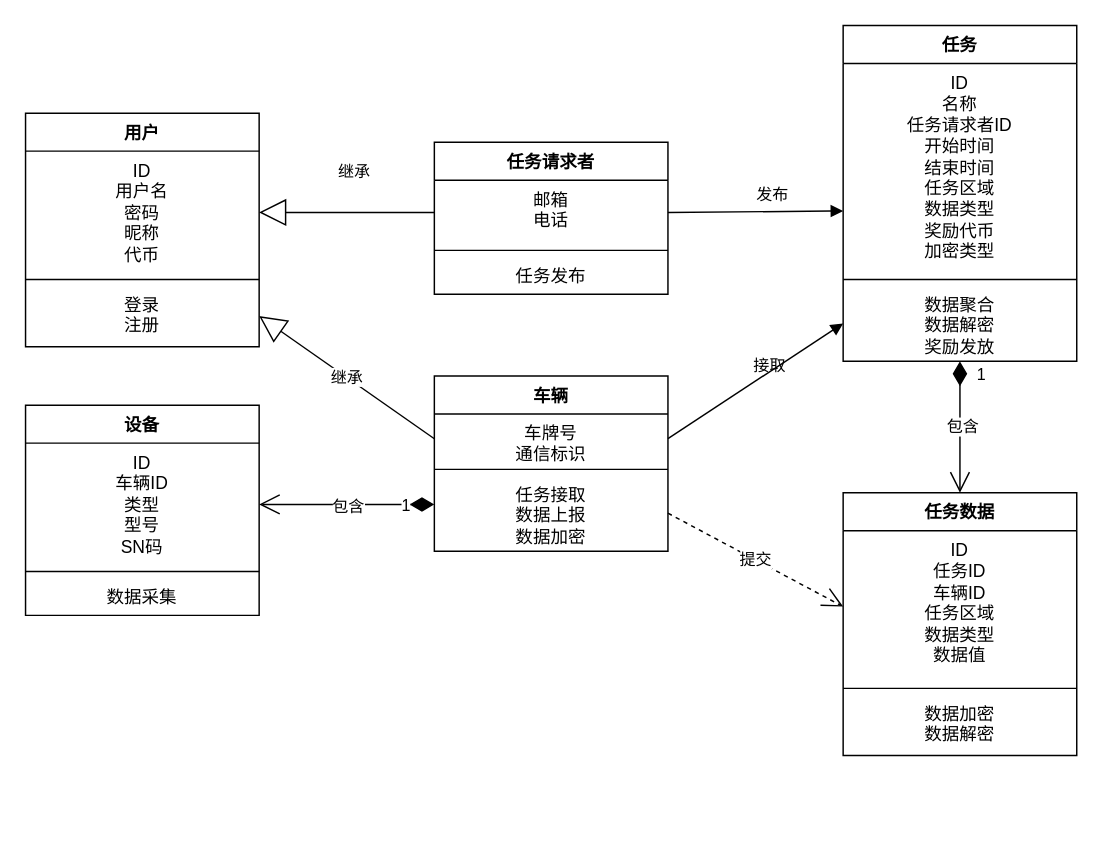
Above: doc/uml/系统类图.drawio in Ikaros727/pumpkin (draw.io), before the change. Source tidied: cells renumbered, new cells numbered last; positions are measured from the earlier drawing's top-left corner, leaving out a move shared by most shapes. Both pictures are drawn from the tidied source at 146%, with x=0, y=0 at pixel (25, 25).
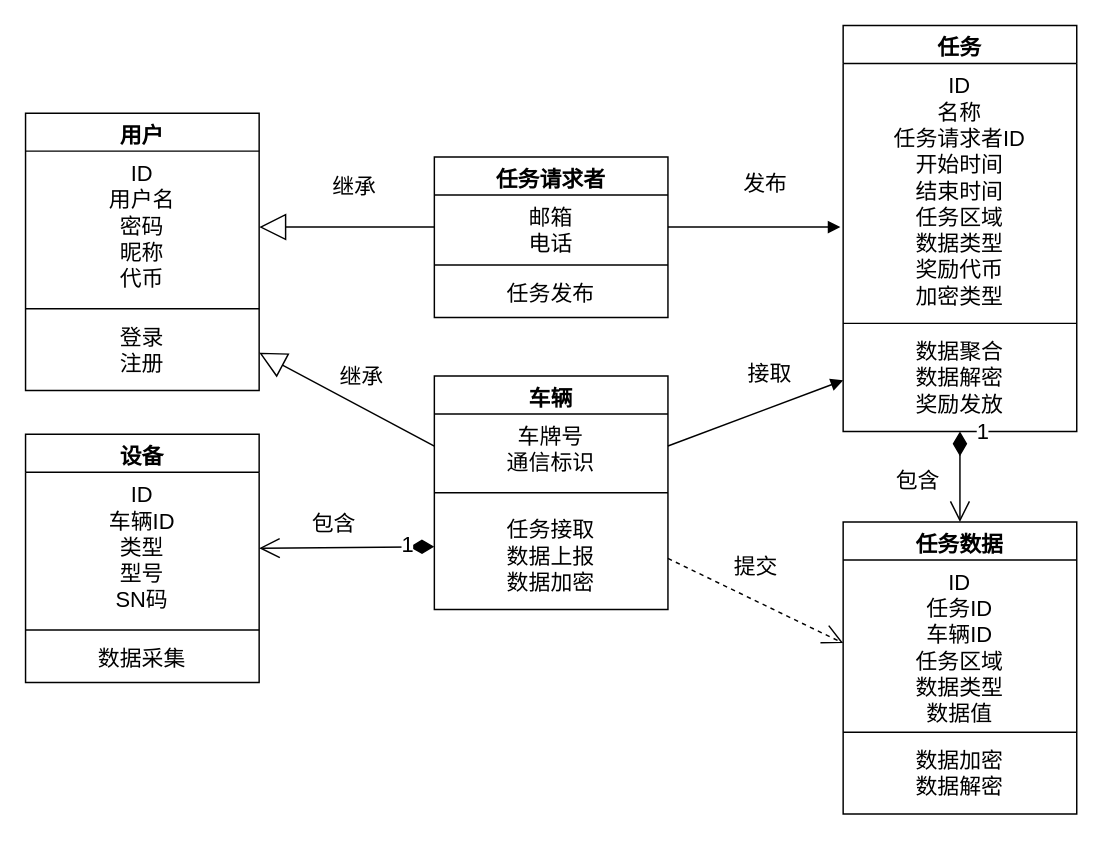
The same page after the edit.

Commit message:
更新系统类图.drawio

The edit, as a diff of the source:
```diff
@@
-    <mxCell id="2" value="任务请求者" style="swimlane;fontStyle=1;align=center;verticalAlign=top;horizontal=1;startSize=26;whiteSpace=wrap;html=1;fontFamily=宋体;" parent="1" vertex="1">
-      <mxGeometry x="280" y="80" width="160" height="104" as="geometry" />
+    <mxCell id="2" value="任务请求者" style="swimlane;fontStyle=1;align=center;verticalAlign=top;horizontal=1;startSize=26;whiteSpace=wrap;html=1;fontFamily=宋体;fontSize=15;" parent="1" vertex="1">
+      <mxGeometry x="280" y="90" width="160" height="110" as="geometry" />
     </mxCell>
-    <mxCell id="3" value="邮箱&lt;div&gt;电话&lt;/div&gt;" style="text;strokeColor=none;fillColor=none;align=center;verticalAlign=top;spacingLeft=4;spacingRight=4;overflow=hidden;points=[[0,0.5],[1,0.5]];portConstraint=eastwest;whiteSpace=wrap;html=1;fontFamily=宋体;" parent="2" vertex="1">
+    <mxCell id="3" value="邮箱&lt;div&gt;电话&lt;/div&gt;" style="text;strokeColor=none;fillColor=none;align=center;verticalAlign=top;spacingLeft=4;spacingRight=4;overflow=hidden;points=[[0,0.5],[1,0.5]];portConstraint=eastwest;whiteSpace=wrap;html=1;fontFamily=宋体;fontSize=15;" parent="2" vertex="1">
       <mxGeometry y="26" width="160" height="44" as="geometry" />
     </mxCell>
-    <mxCell id="4" style="line;strokeWidth=1;fillColor=none;align=center;verticalAlign=middle;spacingTop=-1;spacingLeft=3;spacingRight=3;labelPosition=right;strokeColor=inherit;fontFamily=宋体;" parent="2" vertex="1">
+    <mxCell id="4" style="line;strokeWidth=1;fillColor=none;align=center;verticalAlign=middle;spacingTop=-1;spacingLeft=3;spacingRight=3;labelPosition=right;strokeColor=inherit;fontFamily=宋体;fontSize=15;" parent="2" vertex="1">
       <mxGeometry y="70" width="160" height="8" as="geometry" />
     </mxCell>
-    <mxCell id="5" value="任务发布" style="text;strokeColor=none;fillColor=none;align=center;verticalAlign=top;spacingLeft=4;spacingRight=4;overflow=hidden;whiteSpace=wrap;html=1;fontFamily=宋体;" parent="2" vertex="1">
-      <mxGeometry y="78" width="160" height="26" as="geometry" />
+    <mxCell id="5" value="任务发布" style="text;strokeColor=none;fillColor=none;align=center;verticalAlign=top;spacingLeft=4;spacingRight=4;overflow=hidden;whiteSpace=wrap;html=1;fontFamily=宋体;fontSize=15;" parent="2" vertex="1">
+      <mxGeometry y="78" width="160" height="32" as="geometry" />
     </mxCell>
-    <mxCell id="6" value="车辆" style="swimlane;fontStyle=1;align=center;verticalAlign=top;horizontal=1;startSize=26;whiteSpace=wrap;html=1;fontFamily=宋体;" parent="1" vertex="1">
-      <mxGeometry x="280" y="240" width="160" height="120" as="geometry" />
+    <mxCell id="6" value="车辆" style="swimlane;fontStyle=1;align=center;verticalAlign=top;horizontal=1;startSize=26;whiteSpace=wrap;html=1;fontFamily=宋体;fontSize=15;" parent="1" vertex="1">
+      <mxGeometry x="280" y="240" width="160" height="160" as="geometry" />
     </mxCell>
-    <mxCell id="7" value="车牌号&lt;br&gt;通信标识" style="text;strokeColor=none;fillColor=none;align=center;verticalAlign=top;spacingLeft=4;spacingRight=4;overflow=hidden;points=[[0,0.5],[1,0.5]];portConstraint=eastwest;whiteSpace=wrap;html=1;fontFamily=宋体;" parent="6" vertex="1">
-      <mxGeometry y="26" width="160" height="34" as="geometry" />
+    <mxCell id="7" value="车牌号&lt;br&gt;通信标识" style="text;strokeColor=none;fillColor=none;align=center;verticalAlign=top;spacingLeft=4;spacingRight=4;overflow=hidden;points=[[0,0.5],[1,0.5]];portConstraint=eastwest;whiteSpace=wrap;html=1;fontFamily=宋体;fontSize=15;" parent="6" vertex="1">
+      <mxGeometry y="26" width="160" height="44" as="geometry" />
     </mxCell>
-    <mxCell id="8" style="line;strokeWidth=1;fillColor=none;align=center;verticalAlign=middle;spacingTop=-1;spacingLeft=3;spacingRight=3;labelPosition=right;strokeColor=inherit;fontFamily=宋体;" parent="6" vertex="1">
-      <mxGeometry y="60" width="160" height="8" as="geometry" />
+    <mxCell id="8" style="line;strokeWidth=1;fillColor=none;align=center;verticalAlign=middle;spacingTop=-1;spacingLeft=3;spacingRight=3;labelPosition=right;strokeColor=inherit;fontFamily=宋体;fontSize=15;" parent="6" vertex="1">
+      <mxGeometry y="70" width="160" height="20" as="geometry" />
     </mxCell>
-    <mxCell id="9" value="&lt;div&gt;任务接取&lt;/div&gt;数据上报&lt;div&gt;数据加密&lt;/div&gt;" style="text;strokeColor=none;fillColor=none;align=center;verticalAlign=top;spacingLeft=4;spacingRight=4;overflow=hidden;points=[[0,0.5],[1,0.5]];portConstraint=eastwest;whiteSpace=wrap;html=1;fontFamily=宋体;" parent="6" vertex="1">
-      <mxGeometry y="68" width="160" height="52" as="geometry" />
+    <mxCell id="9" value="&lt;div&gt;任务接取&lt;/div&gt;数据上报&lt;div&gt;数据加密&lt;/div&gt;" style="text;strokeColor=none;fillColor=none;align=center;verticalAlign=top;spacingLeft=4;spacingRight=4;overflow=hidden;points=[[0,0.5],[1,0.5]];portConstraint=eastwest;whiteSpace=wrap;html=1;fontFamily=宋体;fontSize=15;" parent="6" vertex="1">
+      <mxGeometry y="90" width="160" height="70" as="geometry" />
     </mxCell>
-    <mxCell id="10" value="用户" style="swimlane;fontStyle=1;align=center;verticalAlign=top;horizontal=1;startSize=26;whiteSpace=wrap;html=1;fontFamily=宋体;" parent="1" vertex="1">
-      <mxGeometry y="60" width="160" height="160" as="geometry" />
+    <mxCell id="10" value="用户" style="swimlane;fontStyle=1;align=center;verticalAlign=top;horizontal=1;startSize=26;whiteSpace=wrap;html=1;fontFamily=宋体;fontSize=15;" parent="1" vertex="1">
+      <mxGeometry y="60" width="160" height="190" as="geometry" />
     </mxCell>
-    <mxCell id="11" value="ID&lt;div&gt;用户名&lt;br&gt;密码&lt;/div&gt;&lt;div&gt;昵称&lt;/div&gt;&lt;div&gt;代币&lt;/div&gt;" style="text;strokeColor=none;fillColor=none;align=center;verticalAlign=top;spacingLeft=4;spacingRight=4;overflow=hidden;points=[[0,0.5],[1,0.5]];portConstraint=eastwest;whiteSpace=wrap;html=1;fontFamily=宋体;" parent="10" vertex="1">
-      <mxGeometry y="26" width="160" height="84" as="geometry" />
+    <mxCell id="11" value="ID&lt;div&gt;用户名&lt;br&gt;密码&lt;/div&gt;&lt;div&gt;昵称&lt;/div&gt;&lt;div&gt;代币&lt;/div&gt;" style="text;strokeColor=none;fillColor=none;align=center;verticalAlign=top;spacingLeft=4;spacingRight=4;overflow=hidden;points=[[0,0.5],[1,0.5]];portConstraint=eastwest;whiteSpace=wrap;html=1;fontFamily=宋体;fontSize=15;" parent="10" vertex="1">
+      <mxGeometry y="26" width="160" height="104" as="geometry" />
     </mxCell>
-    <mxCell id="12" style="line;strokeWidth=1;fillColor=none;align=center;verticalAlign=middle;spacingTop=-1;spacingLeft=3;spacingRight=3;labelPosition=right;strokeColor=inherit;fontFamily=宋体;" parent="10" vertex="1">
-      <mxGeometry y="110" width="160" height="8" as="geometry" />
+    <mxCell id="12" style="line;strokeWidth=1;fillColor=none;align=center;verticalAlign=middle;spacingTop=-1;spacingLeft=3;spacingRight=3;labelPosition=right;strokeColor=inherit;fontFamily=宋体;fontSize=15;" parent="10" vertex="1">
+      <mxGeometry y="130" width="160" height="8" as="geometry" />
     </mxCell>
-    <mxCell id="13" value="登录&lt;div&gt;注册&lt;/div&gt;" style="text;strokeColor=none;fillColor=none;align=center;verticalAlign=top;spacingLeft=4;spacingRight=4;overflow=hidden;points=[[0,0.5],[1,0.5]];portConstraint=eastwest;whiteSpace=wrap;html=1;fontFamily=宋体;" parent="10" vertex="1">
-      <mxGeometry y="118" width="160" height="42" as="geometry" />
+    <mxCell id="13" value="登录&lt;div&gt;注册&lt;/div&gt;" style="text;strokeColor=none;fillColor=none;align=center;verticalAlign=top;spacingLeft=4;spacingRight=4;overflow=hidden;points=[[0,0.5],[1,0.5]];portConstraint=eastwest;whiteSpace=wrap;html=1;fontFamily=宋体;fontSize=15;" parent="10" vertex="1">
+      <mxGeometry y="138" width="160" height="52" as="geometry" />
     </mxCell>
-    <mxCell id="14" value="设备" style="swimlane;fontStyle=1;align=center;verticalAlign=top;horizontal=1;startSize=26;whiteSpace=wrap;html=1;fontFamily=宋体;" parent="1" vertex="1">
-      <mxGeometry y="260" width="160" height="144" as="geometry" />
+    <mxCell id="14" value="设备" style="swimlane;fontStyle=1;align=center;verticalAlign=top;horizontal=1;startSize=26;whiteSpace=wrap;html=1;fontFamily=宋体;fontSize=15;" parent="1" vertex="1">
+      <mxGeometry y="280" width="160" height="170" as="geometry" />
     </mxCell>
-    <mxCell id="15" value="ID&lt;br&gt;车辆ID&lt;br&gt;&lt;div&gt;类型&lt;br&gt;型号&lt;br&gt;SN码&lt;/div&gt;" style="text;strokeColor=none;fillColor=none;align=center;verticalAlign=top;spacingLeft=4;spacingRight=4;overflow=hidden;points=[[0,0.5],[1,0.5]];portConstraint=eastwest;whiteSpace=wrap;html=1;fontFamily=宋体;" parent="14" vertex="1">
-      <mxGeometry y="26" width="160" height="84" as="geometry" />
+    <mxCell id="15" value="ID&lt;br&gt;车辆ID&lt;br&gt;&lt;div&gt;类型&lt;br&gt;型号&lt;br&gt;SN码&lt;/div&gt;" style="text;strokeColor=none;fillColor=none;align=center;verticalAlign=top;spacingLeft=4;spacingRight=4;overflow=hidden;points=[[0,0.5],[1,0.5]];portConstraint=eastwest;whiteSpace=wrap;html=1;fontFamily=宋体;fontSize=15;" parent="14" vertex="1">
+      <mxGeometry y="26" width="160" height="104" as="geometry" />
     </mxCell>
-    <mxCell id="16" style="line;strokeWidth=1;fillColor=none;align=center;verticalAlign=middle;spacingTop=-1;spacingLeft=3;spacingRight=3;labelPosition=right;strokeColor=inherit;fontFamily=宋体;" parent="14" vertex="1">
-      <mxGeometry y="110" width="160" height="8" as="geometry" />
+    <mxCell id="16" style="line;strokeWidth=1;fillColor=none;align=center;verticalAlign=middle;spacingTop=-1;spacingLeft=3;spacingRight=3;labelPosition=right;strokeColor=inherit;fontFamily=宋体;fontSize=15;" parent="14" vertex="1">
+      <mxGeometry y="130" width="160" height="8" as="geometry" />
     </mxCell>
-    <mxCell id="17" value="数据采集" style="text;strokeColor=none;fillColor=none;align=center;verticalAlign=top;spacingLeft=4;spacingRight=4;overflow=hidden;whiteSpace=wrap;html=1;fontFamily=宋体;" parent="14" vertex="1">
-      <mxGeometry y="118" width="160" height="26" as="geometry" />
+    <mxCell id="17" value="数据采集" style="text;strokeColor=none;fillColor=none;align=center;verticalAlign=top;spacingLeft=4;spacingRight=4;overflow=hidden;whiteSpace=wrap;html=1;fontFamily=宋体;fontSize=15;" parent="14" vertex="1">
+      <mxGeometry y="138" width="160" height="32" as="geometry" />
     </mxCell>
-    <mxCell id="18" value="任务" style="swimlane;fontStyle=1;align=center;verticalAlign=top;horizontal=1;startSize=26;whiteSpace=wrap;html=1;fontFamily=宋体;" parent="1" vertex="1">
-      <mxGeometry x="560" width="160" height="230" as="geometry" />
+    <mxCell id="18" value="任务" style="swimlane;fontStyle=1;align=center;verticalAlign=top;horizontal=1;startSize=26;whiteSpace=wrap;html=1;fontFamily=宋体;fontSize=15;" parent="1" vertex="1">
+      <mxGeometry x="560" width="160" height="278" as="geometry" />
     </mxCell>
-    <mxCell id="19" value="ID&lt;div&gt;名称&lt;/div&gt;&lt;div&gt;任务请求者ID&lt;/div&gt;&lt;div&gt;开始时间&lt;/div&gt;&lt;div&gt;结束时间&lt;/div&gt;&lt;div&gt;任务区域&lt;/div&gt;&lt;div&gt;数据类型&lt;/div&gt;&lt;div&gt;奖励代币&lt;/div&gt;&lt;div&gt;加密类型&lt;/div&gt;" style="text;strokeColor=none;fillColor=none;align=center;verticalAlign=top;spacingLeft=4;spacingRight=4;overflow=hidden;points=[[0,0.5],[1,0.5]];portConstraint=eastwest;whiteSpace=wrap;html=1;fontFamily=宋体;" parent="18" vertex="1">
-      <mxGeometry y="26" width="160" height="144" as="geometry" />
+    <mxCell id="19" value="ID&lt;div&gt;名称&lt;/div&gt;&lt;div&gt;任务请求者ID&lt;/div&gt;&lt;div&gt;开始时间&lt;/div&gt;&lt;div&gt;结束时间&lt;/div&gt;&lt;div&gt;任务区域&lt;/div&gt;&lt;div&gt;数据类型&lt;/div&gt;&lt;div&gt;奖励代币&lt;/div&gt;&lt;div&gt;加密类型&lt;/div&gt;" style="text;strokeColor=none;fillColor=none;align=center;verticalAlign=top;spacingLeft=4;spacingRight=4;overflow=hidden;points=[[0,0.5],[1,0.5]];portConstraint=eastwest;whiteSpace=wrap;html=1;fontFamily=宋体;fontSize=15;" parent="18" vertex="1">
+      <mxGeometry y="26" width="160" height="174" as="geometry" />
     </mxCell>
-    <mxCell id="20" style="line;strokeWidth=1;fillColor=none;align=center;verticalAlign=middle;spacingTop=-1;spacingLeft=3;spacingRight=3;labelPosition=right;strokeColor=inherit;fontFamily=宋体;" parent="18" vertex="1">
-      <mxGeometry y="170" width="160" height="8" as="geometry" />
+    <mxCell id="20" style="line;strokeWidth=1;fillColor=none;align=center;verticalAlign=middle;spacingTop=-1;spacingLeft=3;spacingRight=3;labelPosition=right;strokeColor=inherit;fontFamily=宋体;fontSize=15;" parent="18" vertex="1">
+      <mxGeometry y="200" width="160" height="8" as="geometry" />
     </mxCell>
-    <mxCell id="21" value="&lt;div&gt;&lt;span style=&quot;background-color: transparent; color: light-dark(rgb(0, 0, 0), rgb(255, 255, 255));&quot;&gt;数据聚合&lt;/span&gt;&lt;/div&gt;&lt;div&gt;数据解密&lt;br&gt;奖励发放&lt;/div&gt;" style="text;strokeColor=none;fillColor=none;align=center;verticalAlign=top;spacingLeft=4;spacingRight=4;overflow=hidden;points=[[0,0.5],[1,0.5]];portConstraint=eastwest;whiteSpace=wrap;html=1;fontFamily=宋体;" parent="18" vertex="1">
-      <mxGeometry y="178" width="160" height="52" as="geometry" />
+    <mxCell id="21" value="&lt;div&gt;&lt;span style=&quot;background-color: transparent; color: light-dark(rgb(0, 0, 0), rgb(255, 255, 255));&quot;&gt;数据聚合&lt;/span&gt;&lt;/div&gt;&lt;div&gt;数据解密&lt;br&gt;奖励发放&lt;/div&gt;" style="text;strokeColor=none;fillColor=none;align=center;verticalAlign=top;spacingLeft=4;spacingRight=4;overflow=hidden;points=[[0,0.5],[1,0.5]];portConstraint=eastwest;whiteSpace=wrap;html=1;fontFamily=宋体;fontSize=15;" parent="18" vertex="1">
+      <mxGeometry y="208" width="160" height="70" as="geometry" />
     </mxCell>
-    <mxCell id="22" value="继承" style="endArrow=block;endSize=16;endFill=0;html=1;rounded=0;entryX=1;entryY=0.5;entryDx=0;entryDy=0;exitX=0;exitY=0.5;exitDx=0;exitDy=0;" parent="1" edge="1" source="3" target="11">
+    <mxCell id="22" value="继承" style="endArrow=block;endSize=16;endFill=0;html=1;rounded=0;entryX=1;entryY=0.5;entryDx=0;entryDy=0;exitX=0;exitY=0.5;exitDx=0;exitDy=0;fontSize=15;" parent="1" edge="1" source="3" target="11">
       <mxGeometry x="-0.08" y="-28" relative="1" as="geometry" />
     </mxCell>
-    <mxCell id="23" value="继承" style="endArrow=block;endSize=16;endFill=0;html=1;rounded=0;exitX=0;exitY=0.5;exitDx=0;exitDy=0;entryX=1;entryY=0.5;entryDx=0;entryDy=0;" parent="1" edge="1" source="7" target="13">
-      <mxGeometry relative="1" as="geometry" />
+    <mxCell id="23" value="继承" style="endArrow=block;endSize=16;endFill=0;html=1;rounded=0;exitX=0;exitY=0.5;exitDx=0;exitDy=0;entryX=1;entryY=0.5;entryDx=0;entryDy=0;fontSize=15;" parent="1" edge="1" source="7" target="13">
+      <mxGeometry x="-0.02" y="-19" relative="1" as="geometry" />
     </mxCell>
-    <mxCell id="24" value="任务数据" style="swimlane;fontStyle=1;align=center;verticalAlign=top;horizontal=1;startSize=26;whiteSpace=wrap;html=1;fontFamily=宋体;" parent="1" vertex="1">
-      <mxGeometry x="560" y="320" width="160" height="180" as="geometry" />
+    <mxCell id="24" value="任务数据" style="swimlane;fontStyle=1;align=center;verticalAlign=top;horizontal=1;startSize=26;whiteSpace=wrap;html=1;fontFamily=宋体;fontSize=15;" parent="1" vertex="1">
+      <mxGeometry x="560" y="340" width="160" height="200" as="geometry" />
     </mxCell>
-    <mxCell id="25" value="ID&lt;div&gt;任务ID&lt;/div&gt;&lt;div&gt;车辆ID&lt;/div&gt;&lt;div&gt;任务区域&lt;/div&gt;&lt;div&gt;数据类型&lt;/div&gt;&lt;div&gt;数据值&lt;/div&gt;" style="text;strokeColor=none;fillColor=none;align=center;verticalAlign=top;spacingLeft=4;spacingRight=4;overflow=hidden;points=[[0,0.5],[1,0.5]];portConstraint=eastwest;whiteSpace=wrap;html=1;fontFamily=宋体;" parent="24" vertex="1">
-      <mxGeometry y="26" width="160" height="104" as="geometry" />
+    <mxCell id="25" value="ID&lt;div&gt;任务ID&lt;/div&gt;&lt;div&gt;车辆ID&lt;/div&gt;&lt;div&gt;任务区域&lt;/div&gt;&lt;div&gt;数据类型&lt;/div&gt;&lt;div&gt;数据值&lt;/div&gt;" style="text;strokeColor=none;fillColor=none;align=center;verticalAlign=top;spacingLeft=4;spacingRight=4;overflow=hidden;points=[[0,0.5],[1,0.5]];portConstraint=eastwest;whiteSpace=wrap;html=1;fontFamily=宋体;fontSize=15;" parent="24" vertex="1">
+      <mxGeometry y="26" width="160" height="114" as="geometry" />
     </mxCell>
-    <mxCell id="26" style="line;strokeWidth=1;fillColor=none;align=center;verticalAlign=middle;spacingTop=-1;spacingLeft=3;spacingRight=3;labelPosition=right;strokeColor=inherit;fontFamily=宋体;" parent="24" vertex="1">
-      <mxGeometry y="130" width="160" height="8" as="geometry" />
+    <mxCell id="26" style="line;strokeWidth=1;fillColor=none;align=center;verticalAlign=middle;spacingTop=-1;spacingLeft=3;spacingRight=3;labelPosition=right;strokeColor=inherit;fontFamily=宋体;fontSize=15;" parent="24" vertex="1">
+      <mxGeometry y="140" width="160" height="8" as="geometry" />
     </mxCell>
-    <mxCell id="27" value="&lt;div&gt;数据加密&lt;br&gt;数据解密&lt;/div&gt;" style="text;strokeColor=none;fillColor=none;align=center;verticalAlign=top;spacingLeft=4;spacingRight=4;overflow=hidden;whiteSpace=wrap;html=1;fontFamily=宋体;" parent="24" vertex="1">
-      <mxGeometry y="138" width="160" height="42" as="geometry" />
+    <mxCell id="27" value="&lt;div&gt;数据加密&lt;br&gt;数据解密&lt;/div&gt;" style="text;strokeColor=none;fillColor=none;align=center;verticalAlign=top;spacingLeft=4;spacingRight=4;overflow=hidden;whiteSpace=wrap;html=1;fontFamily=宋体;fontSize=15;" parent="24" vertex="1">
+      <mxGeometry y="148" width="160" height="52" as="geometry" />
     </mxCell>
-    <mxCell id="28" value="发布" style="html=1;verticalAlign=bottom;labelBackgroundColor=none;endArrow=block;endFill=1;endSize=6;align=left;rounded=0;exitX=1;exitY=0.5;exitDx=0;exitDy=0;" parent="1" edge="1" source="3">
-      <mxGeometry x="-0.02" y="3" relative="1" as="geometry">
-        <mxPoint x="560" y="127" as="targetPoint" />
-      </mxGeometry>
+    <mxCell id="28" value="发布" style="html=1;verticalAlign=bottom;labelBackgroundColor=none;endArrow=block;endFill=1;endSize=6;align=left;rounded=0;exitX=1;exitY=0.5;exitDx=0;exitDy=0;fontSize=15;entryX=-0.012;entryY=0.644;entryDx=0;entryDy=0;entryPerimeter=0;" parent="1" edge="1" source="3" target="19">
+      <mxGeometry x="-0.15" y="18" relative="1" as="geometry" />
     </mxCell>
-    <mxCell id="29" value="1" style="endArrow=open;html=1;endSize=12;startArrow=diamondThin;startSize=14;startFill=1;edgeStyle=orthogonalEdgeStyle;align=left;verticalAlign=bottom;rounded=0;exitX=0.5;exitY=1;exitDx=0;exitDy=0;exitPerimeter=0;entryX=0.5;entryY=0;entryDx=0;entryDy=0;" parent="1" edge="1" source="21" target="24">
+    <mxCell id="29" value="1" style="endArrow=open;html=1;endSize=12;startArrow=diamondThin;startSize=14;startFill=1;edgeStyle=orthogonalEdgeStyle;align=left;verticalAlign=bottom;rounded=0;exitX=0.5;exitY=1;exitDx=0;exitDy=0;exitPerimeter=0;entryX=0.5;entryY=0;entryDx=0;entryDy=0;fontSize=15;" parent="1" edge="1" source="21" target="24">
       <mxGeometry x="-0.6" y="10" relative="1" as="geometry" />
     </mxCell>
-    <mxCell id="30" value="包含" style="edgeLabel;html=1;align=center;verticalAlign=middle;" parent="29" vertex="1">
-      <mxGeometry x="-0.02" y="1" relative="1" as="geometry" />
+    <mxCell id="30" value="包含" style="edgeLabel;html=1;align=center;verticalAlign=middle;fontSize=15;" parent="29" vertex="1">
+      <mxGeometry x="-0.02" y="1" relative="1" as="geometry">
+        <mxPoint x="-31" y="2" as="offset" />
+      </mxGeometry>
     </mxCell>
-    <mxCell id="31" value="接取" style="html=1;verticalAlign=bottom;labelBackgroundColor=none;endArrow=block;endFill=1;endSize=6;align=left;rounded=0;entryX=0;entryY=0.5;entryDx=0;entryDy=0;exitX=1;exitY=0.5;exitDx=0;exitDy=0;" parent="1" edge="1" source="7" target="21">
-      <mxGeometry x="-0.02" y="3" relative="1" as="geometry" />
+    <mxCell id="31" value="接取" style="html=1;verticalAlign=bottom;labelBackgroundColor=none;endArrow=block;endFill=1;endSize=6;align=left;rounded=0;entryX=0;entryY=0.5;entryDx=0;entryDy=0;exitX=1;exitY=0.5;exitDx=0;exitDy=0;fontSize=15;" parent="1" edge="1" source="7" target="21">
+      <mxGeometry x="-0.01" y="17" relative="1" as="geometry" />
     </mxCell>
-    <mxCell id="32" value="提交" style="endArrow=open;endSize=12;dashed=1;html=1;rounded=0;exitX=1;exitY=0.5;exitDx=0;exitDy=0;entryX=0;entryY=0.5;entryDx=0;entryDy=0;" parent="1" edge="1" source="9" target="25">
-      <mxGeometry relative="1" as="geometry" />
+    <mxCell id="32" value="提交" style="endArrow=open;endSize=12;dashed=1;html=1;rounded=0;exitX=1;exitY=0.5;exitDx=0;exitDy=0;entryX=0;entryY=0.5;entryDx=0;entryDy=0;fontSize=15;" parent="1" edge="1" source="9" target="25">
+      <mxGeometry x="-0.16" y="22" relative="1" as="geometry" />
     </mxCell>
-    <mxCell id="33" value="1" style="endArrow=open;html=1;endSize=12;startArrow=diamondThin;startSize=14;startFill=1;align=left;verticalAlign=bottom;rounded=0;exitX=0;exitY=0.385;exitDx=0;exitDy=0;entryX=1;entryY=0.5;entryDx=0;entryDy=0;exitPerimeter=0;" parent="1" edge="1" source="9" target="15">
+    <mxCell id="33" value="1" style="endArrow=open;html=1;endSize=12;startArrow=diamondThin;startSize=14;startFill=1;align=left;verticalAlign=bottom;rounded=0;exitX=0;exitY=0.385;exitDx=0;exitDy=0;entryX=1;entryY=0.5;entryDx=0;entryDy=0;exitPerimeter=0;fontSize=15;" parent="1" edge="1" source="9" target="15">
       <mxGeometry x="-0.6" y="10" relative="1" as="geometry" />
     </mxCell>
-    <mxCell id="34" value="包含" style="edgeLabel;html=1;align=center;verticalAlign=middle;" parent="33" vertex="1">
-      <mxGeometry x="-0.02" y="1" relative="1" as="geometry" />
+    <mxCell id="34" value="包含" style="edgeLabel;html=1;align=center;verticalAlign=middle;fontSize=15;" parent="33" vertex="1">
+      <mxGeometry x="-0.02" y="1" relative="1" as="geometry">
+        <mxPoint x="-11" y="-18" as="offset" />
+      </mxGeometry>
     </mxCell>
```
